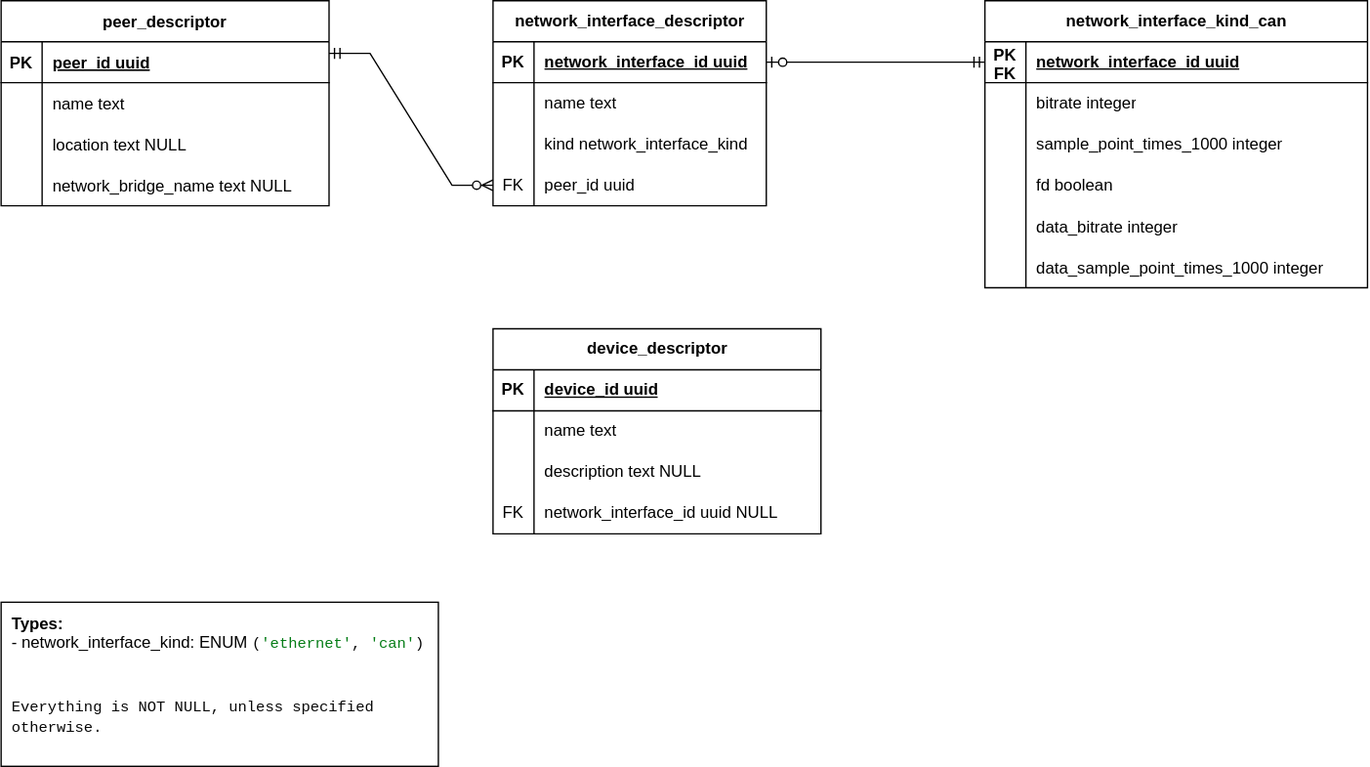
This is doc/src/architecture/carl/img/database-schema.svg from eclipse-opendut/opendut, a draw.io export, as it was before one commit. Source tidied: cells renumbered, new cells last; positions are measured from the earlier drawing's top-left corner, leaving out a move shared by most shapes.
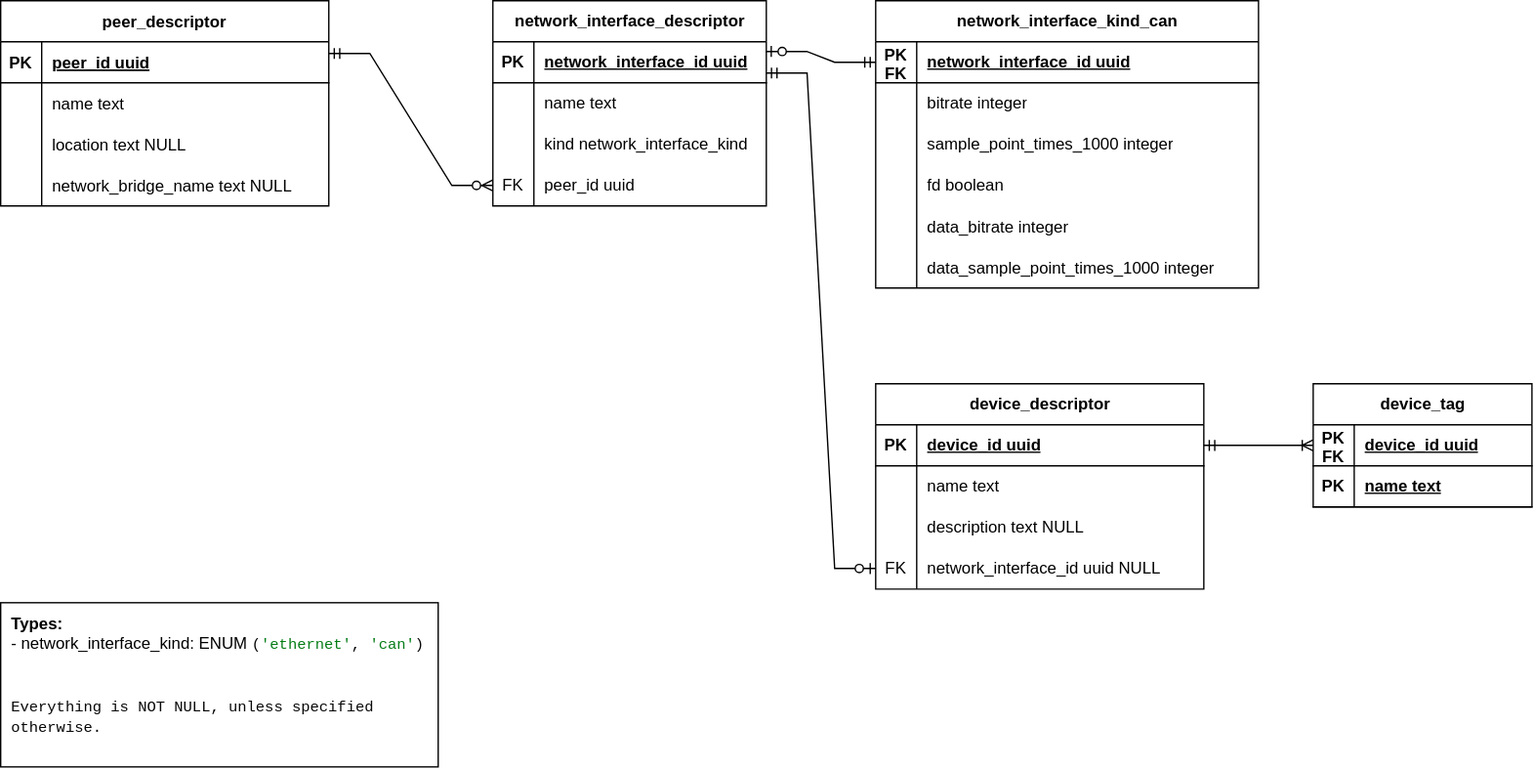
After the commit.

What changed in the source:
```diff
@@ -84,7 +84,7 @@
       <mxGeometry relative="1" as="geometry" />
     </mxCell>
     <mxCell id="29" value="network_interface_kind_can" style="shape=table;startSize=30;rowLines=0;fontStyle=1;align=center;html=1;" parent="1" vertex="1">
-      <mxGeometry x="720" width="280" height="210" as="geometry" />
+      <mxGeometry x="640" width="280" height="210" as="geometry" />
     </mxCell>
     <mxCell id="30" style="shape=tableRow;horizontal=0;startSize=0;swimlaneHead=0;swimlaneBody=0;fillColor=none;points=[[0,0.5],[1,0.5]];portConstraint=eastwest;top=0;left=0;right=0;bottom=1;" parent="29" vertex="1">
       <mxGeometry y="30" width="280" height="30" as="geometry" />
@@ -140,14 +140,14 @@
     <mxCell id="47" value="data_sample_point_times_1000 integer" style="shape=partialRectangle;fillColor=none;top=0;left=0;bottom=0;right=0;align=left;spacingLeft=6;overflow=hidden;" parent="45" vertex="1">
       <mxGeometry x="30" width="250" height="30" as="geometry" />
     </mxCell>
-    <mxCell id="48" style="edgeStyle=entityRelationEdgeStyle;fontSize=12;html=1;endArrow=ERzeroToOne;startArrow=ERmandOne;rounded=0;exitX=0;exitY=0.5;exitDx=0;exitDy=0;entryX=1;entryY=0.5;entryDx=0;entryDy=0;" parent="1" edge="1" source="30" target="16">
+    <mxCell id="48" style="edgeStyle=entityRelationEdgeStyle;fontSize=12;html=1;endArrow=ERzeroToOne;startArrow=ERmandOne;rounded=0;exitX=0;exitY=0.5;exitDx=0;exitDy=0;entryX=0.998;entryY=0.237;entryDx=0;entryDy=0;entryPerimeter=0;" parent="1" edge="1" source="30" target="16">
       <mxGeometry relative="1" as="geometry" />
     </mxCell>
     <mxCell id="49" value="&lt;b&gt;Types:&lt;/b&gt;&lt;br&gt;- network_interface_kind:&amp;nbsp;ENUM &lt;span style=&quot;font-family: &amp;quot;Fira Code&amp;quot;, monospace; font-size: 8.3pt; background-color: rgb(255, 255, 255); color: rgb(8, 8, 8);&quot;&gt;(&lt;/span&gt;&lt;span style=&quot;font-family: &amp;quot;Fira Code&amp;quot;, monospace; font-size: 8.3pt; background-color: rgb(255, 255, 255); color: rgb(6, 125, 23);&quot;&gt;'ethernet'&lt;/span&gt;&lt;span style=&quot;font-family: &amp;quot;Fira Code&amp;quot;, monospace; font-size: 8.3pt; background-color: rgb(255, 255, 255); color: rgb(8, 8, 8);&quot;&gt;, &lt;/span&gt;&lt;span style=&quot;font-family: &amp;quot;Fira Code&amp;quot;, monospace; font-size: 8.3pt; background-color: rgb(255, 255, 255); color: rgb(6, 125, 23);&quot;&gt;'can'&lt;/span&gt;&lt;span style=&quot;font-family: &amp;quot;Fira Code&amp;quot;, monospace; font-size: 8.3pt; background-color: rgb(255, 255, 255); color: rgb(8, 8, 8);&quot;&gt;)&lt;br&gt;&lt;br&gt;&lt;br&gt;Everything is NOT NULL, unless specified otherwise.&lt;br&gt;&lt;/span&gt;" style="text;html=1;strokeColor=default;fillColor=none;align=left;verticalAlign=top;whiteSpace=wrap;rounded=0;spacing=4;spacingTop=0;spacingBottom=0;horizontal=1;spacingLeft=4;glass=0;shadow=0;" parent="1" vertex="1">
       <mxGeometry y="440" width="320" height="120" as="geometry" />
     </mxCell>
     <mxCell id="50" value="device_descriptor" style="shape=table;startSize=30;rowLines=0;fontStyle=1;align=center;html=1;" parent="1" vertex="1">
-      <mxGeometry x="360" y="240" width="240" height="150" as="geometry" />
+      <mxGeometry x="640" y="280" width="240" height="150" as="geometry" />
     </mxCell>
     <mxCell id="51" style="shape=tableRow;horizontal=0;startSize=0;swimlaneHead=0;swimlaneBody=0;fillColor=none;points=[[0,0.5],[1,0.5]];portConstraint=eastwest;top=0;left=0;right=0;bottom=1;" parent="50" vertex="1">
       <mxGeometry y="30" width="240" height="30" as="geometry" />
@@ -185,5 +185,32 @@
     <mxCell id="62" value="network_interface_id uuid NULL" style="shape=partialRectangle;fillColor=none;top=0;left=0;bottom=0;right=0;align=left;spacingLeft=6;fontStyle=0;overflow=hidden;whiteSpace=wrap;html=1;" parent="60" vertex="1">
       <mxGeometry x="30" width="210" height="30" as="geometry" />
     </mxCell>
+    <mxCell id="63" value="device_tag" style="shape=table;startSize=30;rowLines=0;fontStyle=1;align=center;html=1;comic=0;enumerate=0;" parent="1" vertex="1">
+      <mxGeometry x="960" y="280" width="160" height="90" as="geometry" />
+    </mxCell>
+    <mxCell id="64" style="shape=tableRow;horizontal=0;startSize=0;swimlaneHead=0;swimlaneBody=0;fillColor=none;points=[[0,0.5],[1,0.5]];portConstraint=eastwest;top=0;left=0;right=0;bottom=1;" parent="63" vertex="1">
+      <mxGeometry y="30" width="160" height="30" as="geometry" />
+    </mxCell>
+    <mxCell id="65" value="PK&lt;br&gt;FK" style="shape=partialRectangle;fillColor=none;top=0;left=0;bottom=0;right=0;fontStyle=1;overflow=hidden;whiteSpace=wrap;html=1;" parent="64" vertex="1">
+      <mxGeometry width="30" height="30" as="geometry" />
+    </mxCell>
+    <mxCell id="66" value="device_id uuid" style="shape=partialRectangle;fillColor=none;top=0;left=0;bottom=0;right=0;align=left;spacingLeft=6;fontStyle=5;overflow=hidden;whiteSpace=wrap;html=1;strokeColor=default;" parent="64" vertex="1">
+      <mxGeometry x="30" width="130" height="30" as="geometry" />
+    </mxCell>
+    <mxCell id="67" style="shape=tableRow;horizontal=0;startSize=0;swimlaneHead=0;swimlaneBody=0;fillColor=none;top=0;left=0;right=0;bottom=1;strokeColor=default;" parent="63" vertex="1">
+      <mxGeometry y="60" width="160" height="30" as="geometry" />
+    </mxCell>
+    <mxCell id="68" value="PK" style="shape=partialRectangle;fillColor=none;top=0;left=0;bottom=0;right=0;fontStyle=1;overflow=hidden;whiteSpace=wrap;html=1;" parent="67" vertex="1">
+      <mxGeometry width="30" height="30" as="geometry" />
+    </mxCell>
+    <mxCell id="69" value="name text" style="shape=partialRectangle;fillColor=none;top=0;left=0;bottom=0;right=0;align=left;spacingLeft=6;fontStyle=5;overflow=hidden;whiteSpace=wrap;html=1;strokeColor=default;" parent="67" vertex="1">
+      <mxGeometry x="30" width="130" height="30" as="geometry" />
+    </mxCell>
+    <mxCell id="70" style="edgeStyle=entityRelationEdgeStyle;fontSize=12;html=1;endArrow=ERzeroToOne;startArrow=ERmandOne;rounded=0;exitX=0.999;exitY=0.762;exitDx=0;exitDy=0;exitPerimeter=0;entryX=0;entryY=0.5;entryDx=0;entryDy=0;" parent="1" edge="1" source="16" target="60">
+      <mxGeometry relative="1" as="geometry" />
+    </mxCell>
+    <mxCell id="71" style="edgeStyle=entityRelationEdgeStyle;fontSize=12;html=1;endArrow=ERoneToMany;startArrow=ERmandOne;rounded=0;exitX=1;exitY=0.5;exitDx=0;exitDy=0;entryX=0;entryY=0.5;entryDx=0;entryDy=0;" parent="1" edge="1" source="51" target="64">
+      <mxGeometry relative="1" as="geometry" />
+    </mxCell>
   </root>
 </mxGraphModel>
```
